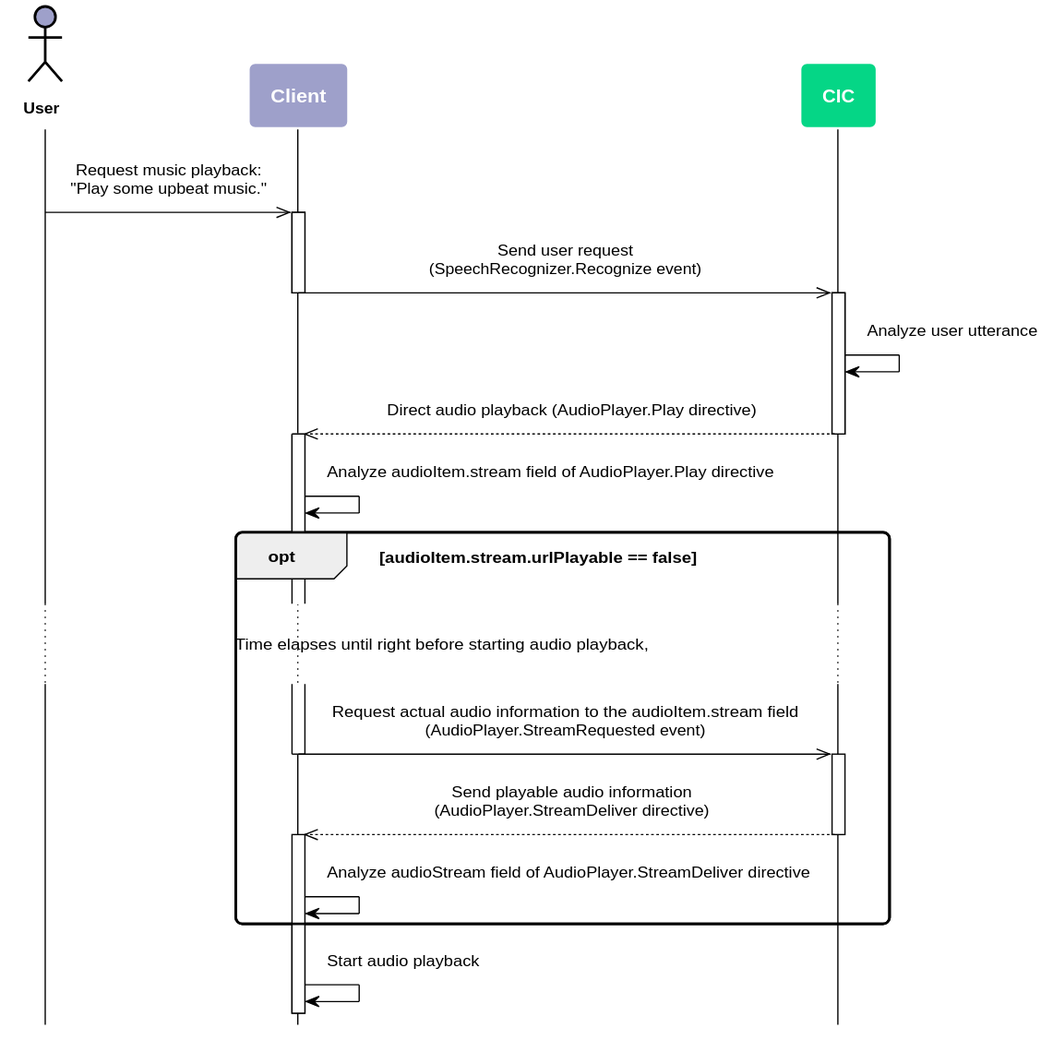
Before: en-KR/Develop/Assets/Images/CIC_Audio_Play_Work_Flow.svg, a diagram exported from PlantUML (muchokwon/clova-client-developer-guide). The source it was exported from:
```plantuml
@startuml
scale max 880 width
skinparam sequenceMessageAlign center
skinparam shadowing false
skinparam roundcorner 10
skinparam padding 10
skinparam defaultFontSize 12
skinparam sequence {
	ArrowColor #000000
	ActorBorderColor #000000
	ActorFontStyle Bolder

	LifeLineBorderColor #000000
	LifeLineBackgroundColor transparent
	ParticipantBorderColor transparent
	ParticipantFontSize 14
	ParticipantFontColor #ffffff
	ParticipantFontStyle bold

	BoxBorderColor #000000
	BoxFontColor #ffffff
    BoxFontSize 14
    BoxFontStyle bold
}
skinparam note {
	BackgroundColor #9EA0CA
	BorderColor #ffffff
	FontColor #ffffff
	FontSize 14
	FontStyle bold
}
hide footbox

actor User as user #9EA0CA
participant Client as client #9EA0CA
participant CIC as cic #05D686


user ->> client : Request music playback:\n"Play some upbeat music."

activate client
  client ->> cic : Send user request\n(SpeechRecognizer.Recognize event)
deactivate client

activate cic
  cic -> cic : Analyze user utterance
  cic -->> client : Direct audio playback (AudioPlayer.Play directive)
deactivate cic

activate client
  client -> client : Analyze audioItem.stream field of AudioPlayer.Play directive

opt audioItem.stream.urlPlayable == false

... Time elapses until right before starting audio playback, ...

  client ->> cic : Request actual audio information to the audioItem.stream field\n(AudioPlayer.StreamRequested event)
  deactivate client
  activate cic

    cic -->> client : Send playable audio information\n(AudioPlayer.StreamDeliver directive)
  deactivate cic
  activate client
    client -> client : Analyze audioStream field of AudioPlayer.StreamDeliver directive
end

client -> client : Start audio playback


@enduml
```
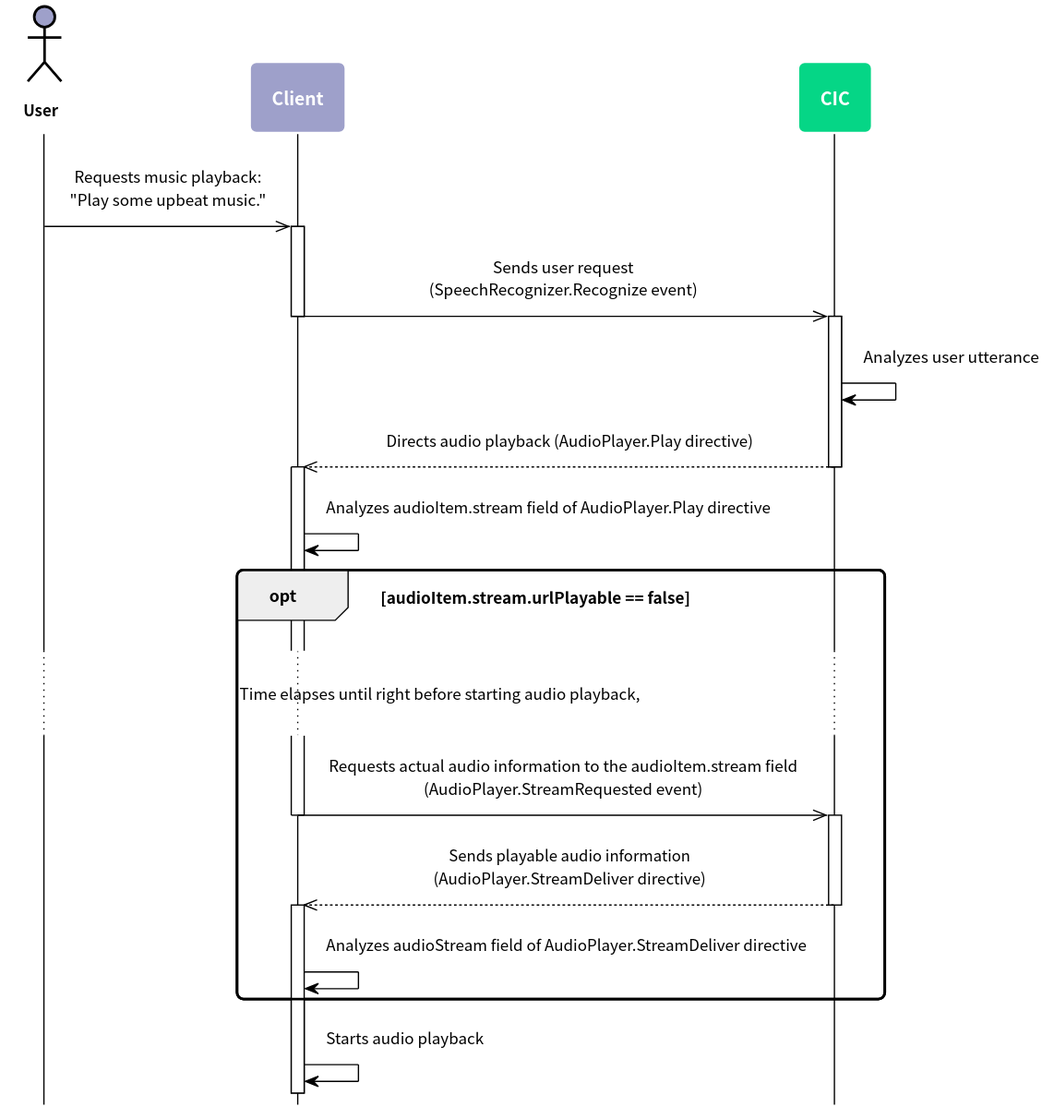
The same file after the commit.

Diff of the diagram source:
```diff
@@ -5,66 +5,83 @@
 skinparam roundcorner 10
 skinparam padding 10
 skinparam defaultFontSize 12
+skinparam defaultFontName "Noto Sans CJK KR"
+
+skinparam note {
+  BackgroundColor #9EA0CA
+  BorderColor #ffffff
+  FontColor #ffffff
+  FontSize 14
+  FontStyle bold
+}
+
 skinparam sequence {
-	ArrowColor #000000
-	ActorBorderColor #000000
-	ActorFontStyle Bolder
+  ArrowColor #000000
+  ActorBorderColor #000000
+  ActorFontStyle Bolder
 
-	LifeLineBorderColor #000000
-	LifeLineBackgroundColor transparent
-	ParticipantBorderColor transparent
-	ParticipantFontSize 14
-	ParticipantFontColor #ffffff
-	ParticipantFontStyle bold
 
-	BoxBorderColor #000000
-	BoxFontColor #ffffff
+  LifeLineBorderColor #000000
+  LifeLineBackgroundColor transparent
+  ParticipantBorderColor transparent
+  ParticipantFontSize 14
+  ParticipantFontColor #ffffff
+  ParticipantFontStyle bold
+
+  BoxBorderColor #000000
+  BoxFontColor #ffffff
     BoxFontSize 14
     BoxFontStyle bold
 }
-skinparam note {
-	BackgroundColor #9EA0CA
-	BorderColor #ffffff
-	FontColor #ffffff
-	FontSize 14
-	FontStyle bold
+hide footbox
+
+skinparam activity {
+  BackgroundColor #9EA0CA
+  BarColor #ffffff
+  BorderColor #ffffff
+  DiamondBackgroundColor #05D686
+  DiamondBorderColor #ffffff
+  DiamondFontColor #ffffff
+  DiamondFontSize 14
+  DiamondFontStyle bold
+  FontColor #ffffff
+  FontSize 14
+  FontStyle bold
 }
-hide footbox
 
 actor User as user #9EA0CA
 participant Client as client #9EA0CA
 participant CIC as cic #05D686
 
 
-user ->> client : Request music playback:\n"Play some upbeat music."
+user ->> client : Requests music playback:\n"Play some upbeat music."
 
 activate client
-  client ->> cic : Send user request\n(SpeechRecognizer.Recognize event)
+  client ->> cic : Sends user request\n(SpeechRecognizer.Recognize event)
 deactivate client
 
 activate cic
-  cic -> cic : Analyze user utterance
-  cic -->> client : Direct audio playback (AudioPlayer.Play directive)
+  cic -> cic : Analyzes user utterance
+  cic -->> client : Directs audio playback (AudioPlayer.Play directive)
 deactivate cic
 
 activate client
-  client -> client : Analyze audioItem.stream field of AudioPlayer.Play directive
+  client -> client : Analyzes audioItem.stream field of AudioPlayer.Play directive
 
 opt audioItem.stream.urlPlayable == false
 
 ... Time elapses until right before starting audio playback, ...
 
-  client ->> cic : Request actual audio information to the audioItem.stream field\n(AudioPlayer.StreamRequested event)
+  client ->> cic : Requests actual audio information to the audioItem.stream field\n(AudioPlayer.StreamRequested event)
   deactivate client
   activate cic
 
-    cic -->> client : Send playable audio information\n(AudioPlayer.StreamDeliver directive)
+    cic -->> client : Sends playable audio information\n(AudioPlayer.StreamDeliver directive)
   deactivate cic
   activate client
-    client -> client : Analyze audioStream field of AudioPlayer.StreamDeliver directive
+    client -> client : Analyzes audioStream field of AudioPlayer.StreamDeliver directive
 end
 
-client -> client : Start audio playback
-
+client -> client : Starts audio playback
 
 @enduml
```
